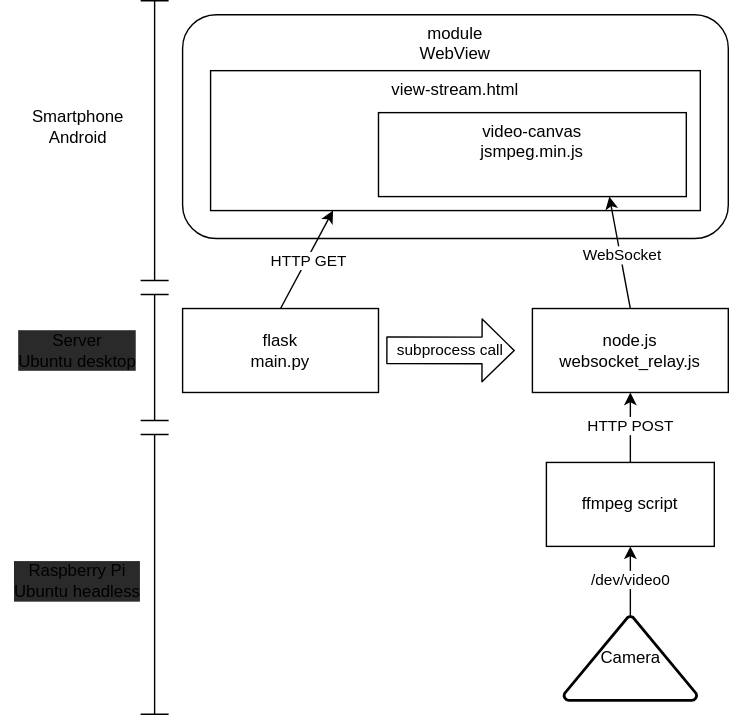
Earlier version of the draw.io export streaming_data_flow.svg (Guerilla-Coders/Delievery-Arcade-Agent). Source tidied: cells renumbered, new cells last; positions are measured from the earlier drawing's top-left corner, leaving out a move shared by most shapes. The source it was exported from:
```xml
<mxGraphModel>
  <root>
    <mxCell id="0" />
    <mxCell id="1" parent="0" />
    <mxCell id="2" value="node.js&lt;br&gt;websocket_relay.js" style="rounded=0;whiteSpace=wrap;html=1;" parent="1" vertex="1">
      <mxGeometry x="380" y="220" width="140" height="60" as="geometry" />
    </mxCell>
    <mxCell id="3" value="ffmpeg script" style="rounded=0;whiteSpace=wrap;html=1;" parent="1" vertex="1">
      <mxGeometry x="390" y="330" width="120" height="60" as="geometry" />
    </mxCell>
    <mxCell id="4" value="HTTP POST" style="endArrow=classic;html=1;exitX=0.5;exitY=0;exitDx=0;exitDy=0;entryX=0.5;entryY=1;entryDx=0;entryDy=0;" parent="1" edge="1" source="3" target="2">
      <mxGeometry relative="1" as="geometry" />
    </mxCell>
    <mxCell id="5" value="/dev/video0" style="edgeStyle=none;rounded=0;jettySize=auto;html=1;entryX=0.5;entryY=1;entryDx=0;entryDy=0;exitX=0.5;exitY=0;exitDx=0;exitDy=0;exitPerimeter=0;" parent="1" edge="1" source="6" target="3">
      <mxGeometry relative="1" as="geometry" />
    </mxCell>
    <mxCell id="6" value="Camera" style="strokeWidth=2;html=1;shape=mxgraph.flowchart.extract_or_measurement;whiteSpace=wrap;" parent="1" vertex="1">
      <mxGeometry x="402.5" y="440" width="95" height="60" as="geometry" />
    </mxCell>
    <mxCell id="7" style="shape=crossbar;whiteSpace=wrap;html=1;rounded=1;direction=south;" parent="1" vertex="1">
      <mxGeometry x="100" width="20" height="200" as="geometry" />
    </mxCell>
    <mxCell id="8" style="shape=crossbar;whiteSpace=wrap;html=1;rounded=1;direction=south;" parent="1" vertex="1">
      <mxGeometry x="100" y="210" width="20" height="90" as="geometry" />
    </mxCell>
    <mxCell id="9" style="shape=crossbar;whiteSpace=wrap;html=1;rounded=1;direction=south;" parent="1" vertex="1">
      <mxGeometry x="100" y="310" width="20" height="200" as="geometry" />
    </mxCell>
    <mxCell id="10" value="Smartphone&lt;br&gt;Android" style="text;html=1;strokeColor=none;fillColor=none;align=center;verticalAlign=middle;whiteSpace=wrap;rounded=0;" parent="1" vertex="1">
      <mxGeometry x="7.5" y="70" width="95" height="40" as="geometry" />
    </mxCell>
    <mxCell id="11" value="Server&lt;br&gt;Ubuntu desktop" style="text;html=1;strokeColor=none;fillColor=none;align=center;verticalAlign=middle;whiteSpace=wrap;rounded=0;labelBackgroundColor=#2A2A2A;" parent="1" vertex="1">
      <mxGeometry x="10" y="240" width="90" height="20" as="geometry" />
    </mxCell>
    <mxCell id="12" value="Raspberry Pi&lt;br&gt;Ubuntu headless" style="text;html=1;strokeColor=none;fillColor=none;align=center;verticalAlign=middle;whiteSpace=wrap;rounded=0;labelBackgroundColor=#2A2A2A;" parent="1" vertex="1">
      <mxGeometry y="390" width="110" height="50" as="geometry" />
    </mxCell>
    <mxCell id="13" value="flask&lt;br&gt;main.py" style="rounded=0;whiteSpace=wrap;html=1;" parent="1" vertex="1">
      <mxGeometry x="130" y="220" width="140" height="60" as="geometry" />
    </mxCell>
    <mxCell id="14" value="subprocess call" style="shape=flexArrow;endArrow=classic;html=1;endWidth=24.76190476190476;endSize=7.333333333333333;width=19.047619047619047;" parent="1" edge="1">
      <mxGeometry relative="1" as="geometry">
        <mxPoint x="275.5" y="249.8" as="sourcePoint" />
        <mxPoint x="367.5" y="250" as="targetPoint" />
      </mxGeometry>
    </mxCell>
    <mxCell id="15" value="module&lt;br&gt;WebView" style="rounded=1;whiteSpace=wrap;html=1;verticalAlign=top;" parent="1" vertex="1">
      <mxGeometry x="130" y="10" width="390" height="160" as="geometry" />
    </mxCell>
    <mxCell id="16" value="view-stream.html" style="rounded=0;whiteSpace=wrap;html=1;verticalAlign=top;" parent="1" vertex="1">
      <mxGeometry x="150" y="50" width="350" height="100" as="geometry" />
    </mxCell>
    <mxCell id="17" style="endArrow=classic;html=1;exitX=0.5;exitY=0;exitDx=0;exitDy=0;entryX=0.25;entryY=1;entryDx=0;entryDy=0;" parent="1" edge="1" source="13" target="16">
      <mxGeometry relative="1" as="geometry" />
    </mxCell>
    <mxCell id="18" value="HTTP GET" style="edgeLabel;html=1;align=center;verticalAlign=middle;" parent="17" vertex="1">
      <mxGeometry relative="1" as="geometry" />
    </mxCell>
    <mxCell id="19" value="video-canvas&lt;br&gt;jsmpeg.min.js" style="rounded=0;whiteSpace=wrap;html=1;verticalAlign=top;" parent="1" vertex="1">
      <mxGeometry x="270" y="80" width="220" height="60" as="geometry" />
    </mxCell>
    <mxCell id="20" style="endArrow=classic;html=1;exitX=0.5;exitY=0;exitDx=0;exitDy=0;entryX=0.75;entryY=1;entryDx=0;entryDy=0;" parent="1" edge="1" source="2" target="19">
      <mxGeometry relative="1" as="geometry" />
    </mxCell>
    <mxCell id="21" value="WebSocket" style="edgeLabel;html=1;align=center;verticalAlign=middle;" parent="20" vertex="1">
      <mxGeometry relative="1" as="geometry" />
    </mxCell>
  </root>
</mxGraphModel>
```
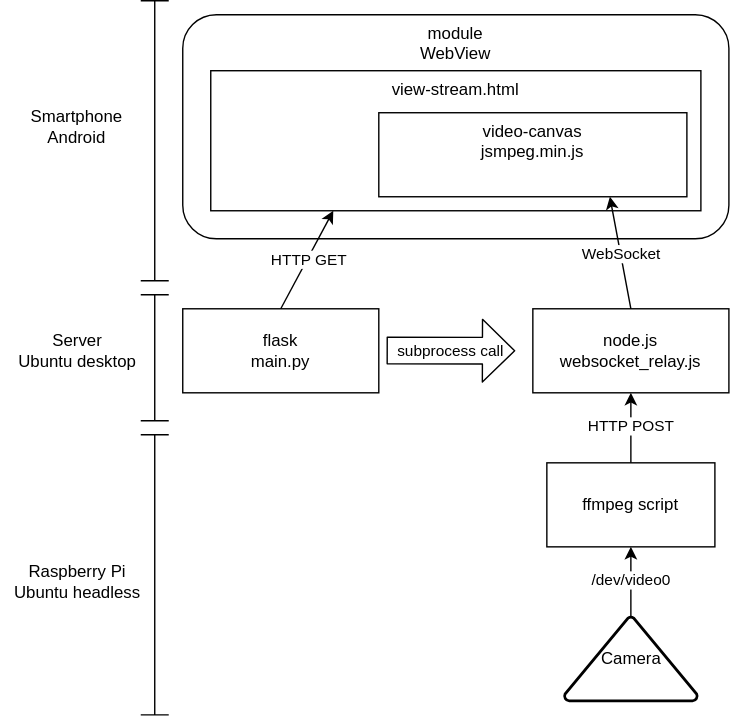
Above is the later version.

Commit message:
다이어그램 수정

Change to the diagram source:
```diff
@@ -29,10 +29,10 @@
     <mxCell id="10" value="Smartphone&lt;br&gt;Android" style="text;html=1;strokeColor=none;fillColor=none;align=center;verticalAlign=middle;whiteSpace=wrap;rounded=0;" parent="1" vertex="1">
       <mxGeometry x="7.5" y="70" width="95" height="40" as="geometry" />
     </mxCell>
-    <mxCell id="11" value="Server&lt;br&gt;Ubuntu desktop" style="text;html=1;strokeColor=none;fillColor=none;align=center;verticalAlign=middle;whiteSpace=wrap;rounded=0;labelBackgroundColor=#2A2A2A;" parent="1" vertex="1">
+    <mxCell id="11" value="Server&lt;br&gt;Ubuntu desktop" style="text;html=1;strokeColor=none;fillColor=none;align=center;verticalAlign=middle;whiteSpace=wrap;rounded=0;" parent="1" vertex="1">
       <mxGeometry x="10" y="240" width="90" height="20" as="geometry" />
     </mxCell>
-    <mxCell id="12" value="Raspberry Pi&lt;br&gt;Ubuntu headless" style="text;html=1;strokeColor=none;fillColor=none;align=center;verticalAlign=middle;whiteSpace=wrap;rounded=0;labelBackgroundColor=#2A2A2A;" parent="1" vertex="1">
+    <mxCell id="12" value="Raspberry Pi&lt;br&gt;Ubuntu headless" style="text;html=1;strokeColor=none;fillColor=none;align=center;verticalAlign=middle;whiteSpace=wrap;rounded=0;" parent="1" vertex="1">
       <mxGeometry y="390" width="110" height="50" as="geometry" />
     </mxCell>
     <mxCell id="13" value="flask&lt;br&gt;main.py" style="rounded=0;whiteSpace=wrap;html=1;" parent="1" vertex="1">
```
